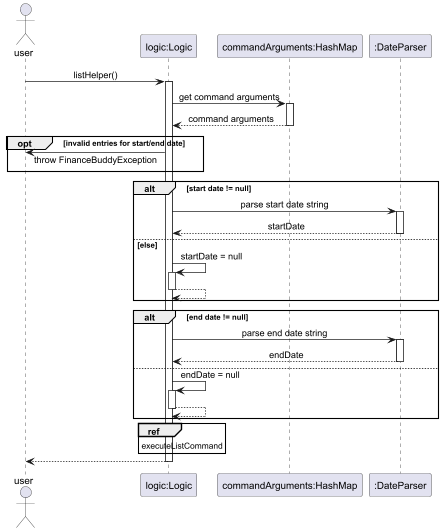
The PlantUML diagram docs/UML/SeeAllEntriesGetArguments.png in nus-cs2113-AY2425S1/tp, before a commit.
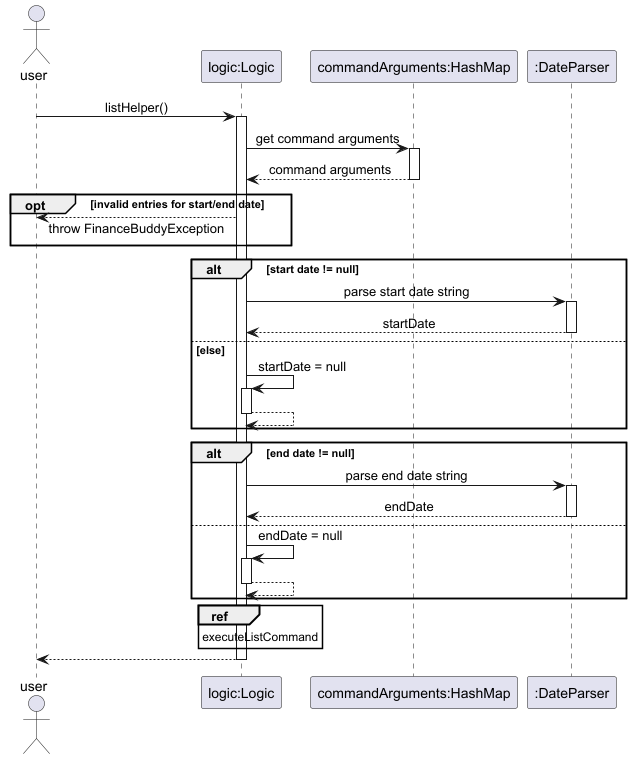
After the change.

What changed in the source:
```diff
@@ -14,7 +14,7 @@
 return command arguments
 
 opt invalid entries for start/end date
-    user <- app : throw FinanceBuddyException
+    user <-- app : throw FinanceBuddyException
 end
 
 alt start date != null
```
